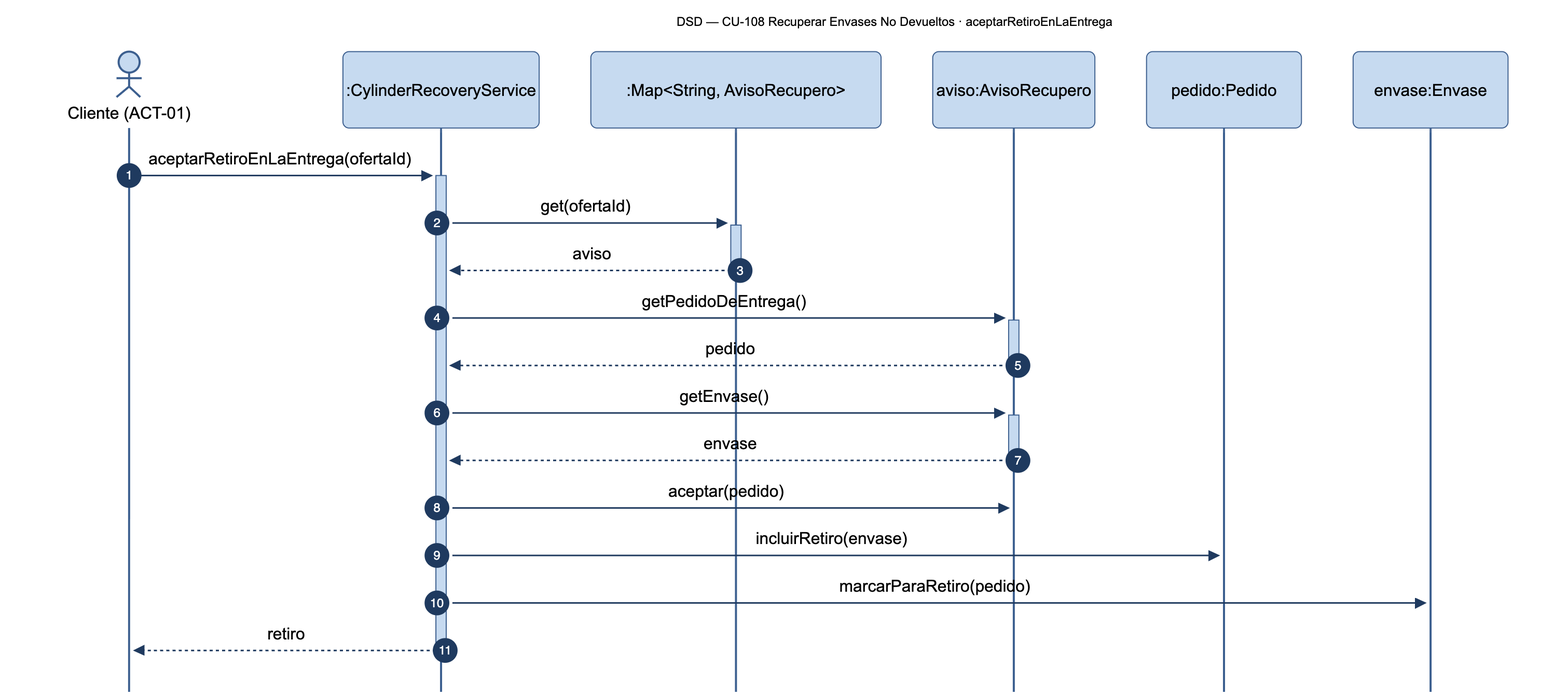
Before: diagramas/png/DSD_CU-108_aceptarRetiroEnLaEntrega.png, a diagram exported from Mermaid (Nahuelito-Dev/splg-docs). Its source is kept beside it as diagramas/DSD_CU-108_aceptarRetiroEnLaEntrega.mmd.
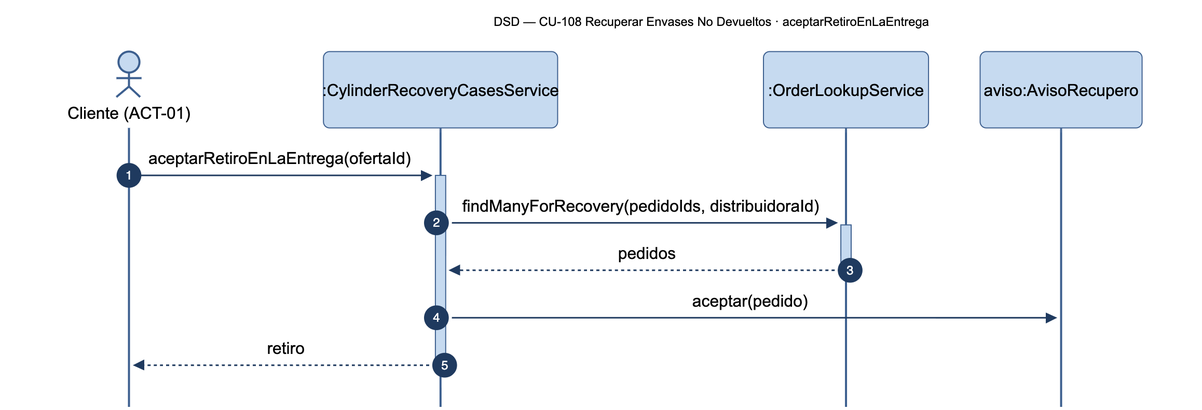
After the change.

Diff of the diagram source:
```diff
@@ -2,20 +2,12 @@
     title DSD — CU-108 Recuperar Envases No Devueltos · aceptarRetiroEnLaEntrega
     autonumber
     actor CLI as Cliente (ACT-01)
-    participant SRV as :CylinderRecoveryService
-    participant AVS as :Map#lt;String, AvisoRecupero#gt;
+    participant CCS as :CylinderRecoveryCasesService
+    participant OLS as :OrderLookupService
     participant AVI as aviso:AvisoRecupero
-    participant PED as pedido:Pedido
-    participant ENV as envase:Envase
 
-    CLI->>+SRV: aceptarRetiroEnLaEntrega(ofertaId)
-    SRV->>+AVS: get(ofertaId)
-    AVS-->>-SRV: aviso
-    SRV->>+AVI: getPedidoDeEntrega()
-    AVI-->>-SRV: pedido
-    SRV->>+AVI: getEnvase()
-    AVI-->>-SRV: envase
-    SRV->>AVI: aceptar(pedido)
-    SRV->>PED: incluirRetiro(envase)
-    SRV->>ENV: marcarParaRetiro(pedido)
-    SRV-->>-CLI: retiro
+    CLI->>+CCS: aceptarRetiroEnLaEntrega(ofertaId)
+    CCS->>+OLS: findManyForRecovery(pedidoIds, distribuidoraId)
+    OLS-->>-CCS: pedidos
+    CCS->>AVI: aceptar(pedido)
+    CCS-->>-CLI: retiro
```
